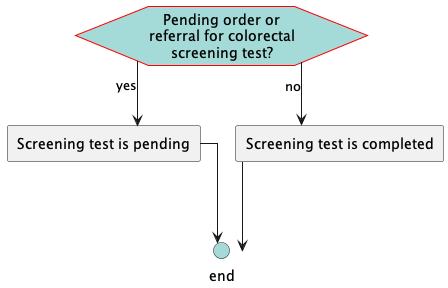
ccsm-cds-tools/CDC-Colorectal-Cancer-Screening-CDS-L2 keeps this PlantUML diagram as images/flow-ScreeningIncomplete.png. Above is the earlier version.
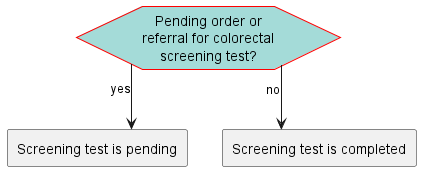
Above is the later version.

Diff of the diagram source:
```diff
@@ -20,9 +20,6 @@
 hexagon "Pending order or referral for colorectal screening test?" as eve_pendingTest [[#eve-pendingTest]]
 rectangle "Screening test is pending" as act_screeningPending [[#act-screeningPending]]
 rectangle "Screening test is completed" as act_screeningComplete [[#act-screeningComplete]]
-circle "end" as end_1 <<end>>
 eve_pendingTest-->act_screeningPending: yes
 eve_pendingTest-->act_screeningComplete: no
-act_screeningPending-->end_1
-act_screeningComplete-->end_1
 @enduml
```
